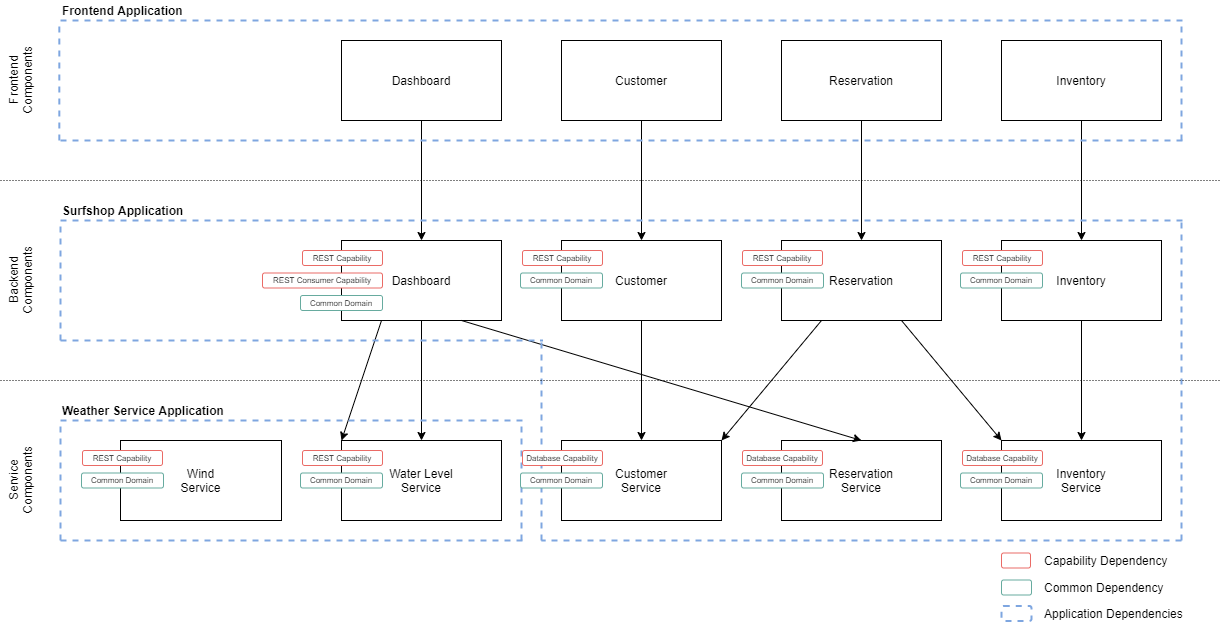
This is modules.png from ChristianRamseier/fullstack-surfshop, a draw.io export, as it was before one commit. Source tidied: cells renumbered, new cells last; positions are measured from the earlier drawing's top-left corner, leaving out a move shared by most shapes.
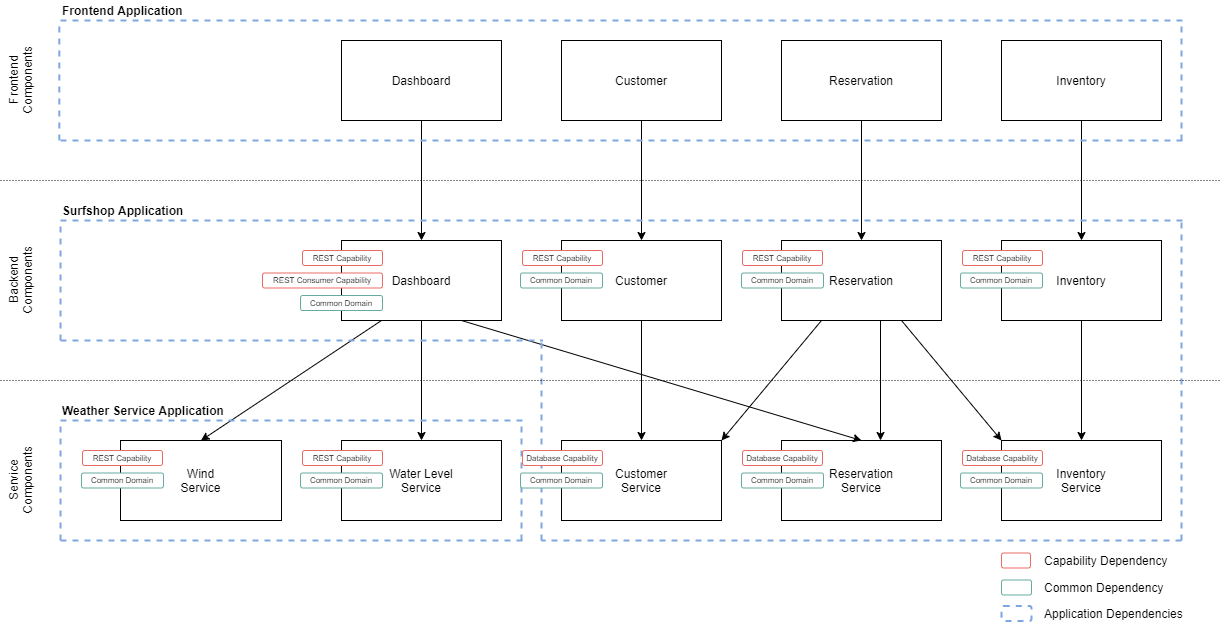
Above is the later version.

Commit message:
Correct modules diagram

The edit, as a diff of the source:
```diff
@@ -44,10 +44,8 @@
     <mxCell id="15" value="Inventory" style="rounded=0;whiteSpace=wrap;html=1;" parent="1" vertex="1">
       <mxGeometry x="1021" y="40" width="160" height="80" as="geometry" />
     </mxCell>
-    <mxCell id="16" style="endArrow=classic;html=1;exitX=0.25;exitY=1;exitDx=0;exitDy=0;entryX=1;entryY=0;entryDx=0;entryDy=0;" parent="1" edge="1" source="2">
-      <mxGeometry relative="1" as="geometry">
-        <mxPoint x="361" y="440" as="targetPoint" />
-      </mxGeometry>
+    <mxCell id="16" style="endArrow=classic;html=1;exitX=0.25;exitY=1;exitDx=0;exitDy=0;entryX=0.5;entryY=0;entryDx=0;entryDy=0;" parent="1" edge="1" source="2" target="3">
+      <mxGeometry relative="1" as="geometry" />
     </mxCell>
     <mxCell id="17" style="endArrow=classic;html=1;exitX=0.5;exitY=1;exitDx=0;exitDy=0;entryX=0.5;entryY=0;entryDx=0;entryDy=0;" parent="1" edge="1" source="2" target="6">
       <mxGeometry relative="1" as="geometry" />
@@ -271,5 +269,11 @@
     <mxCell id="74" value="Application Dependencies" style="text;html=1;align=left;verticalAlign=middle;fillColor=none;strokeColor=none;rounded=0;fontStyle=0;" parent="1" vertex="1">
       <mxGeometry x="1062" y="603" width="150" height="20" as="geometry" />
     </mxCell>
+    <mxCell id="75" style="endArrow=classic;html=1;exitX=0.5;exitY=1;exitDx=0;exitDy=0;entryX=0.5;entryY=0;entryDx=0;entryDy=0;" parent="1" edge="1">
+      <mxGeometry relative="1" as="geometry">
+        <mxPoint x="900" y="320" as="sourcePoint" />
+        <mxPoint x="900" y="440" as="targetPoint" />
+      </mxGeometry>
+    </mxCell>
   </root>
 </mxGraphModel>
```
